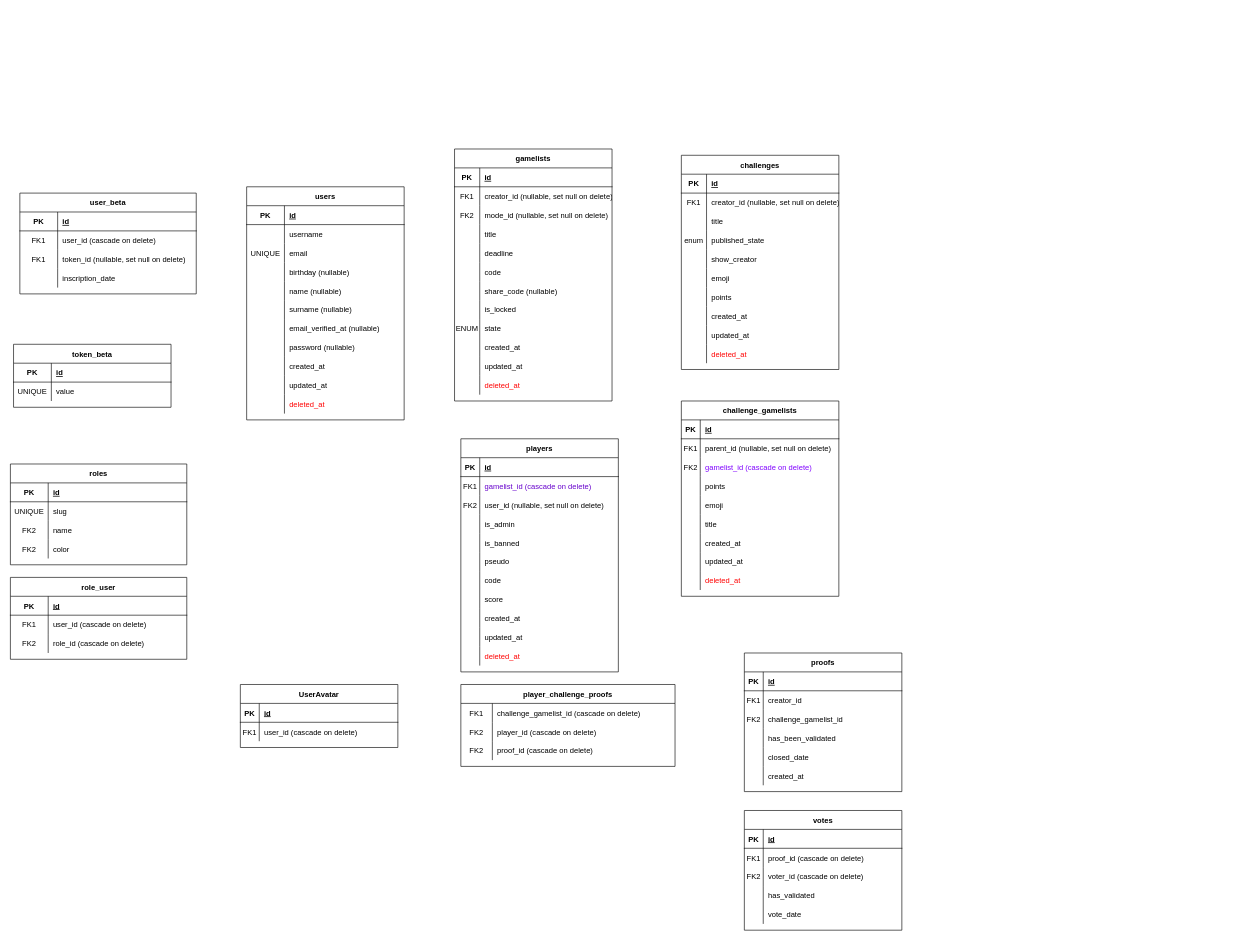
This is bdd_v2.drawio from SheechApp/app-docs, a draw.io file, before an edit. Source tidied: cells renumbered, new cells numbered last; positions are measured from the earlier drawing's top-left corner, leaving out a move shared by most shapes. Both pictures are drawn from the tidied source at 63%, with x=0, y=0 at pixel (10, 149).
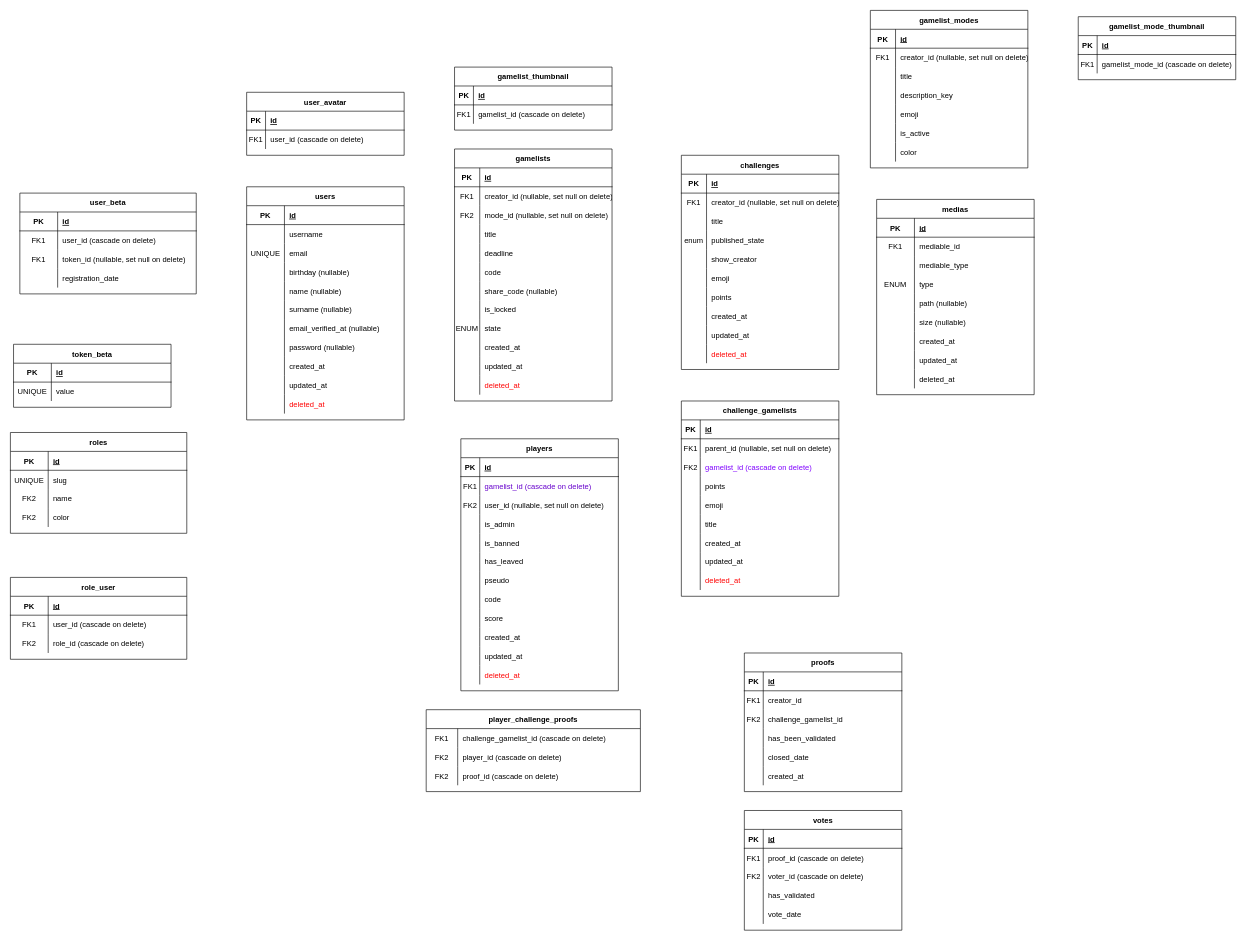
The same page after the edit.

The change refers to these unchanged cells:
```xml
<mxCell id="205" style="shape=partialRectangle;fillColor=none;top=0;left=0;right=0;bottom=0;" parent="195" vertex="1">
  <mxGeometry y="120" width="280" height="30" as="geometry" />
</mxCell>
```

Change to the diagram source:
```diff
@@
     <mxCell id="73" value="players" style="shape=table;startSize=30;childLayout=tableLayout;rowLines=0;fontStyle=1;align=center;" parent="1" vertex="1">
-      <mxGeometry x="715" y="460" width="250" height="370" as="geometry" />
+      <mxGeometry x="715" y="460" width="250" height="400" as="geometry" />
     </mxCell>
@@
+    <mxCell id="261" style="shape=partialRectangle;fillColor=none;top=0;left=0;right=0;bottom=0;" parent="73" vertex="1">
+      <mxGeometry y="180" width="250" height="30" as="geometry" />
+    </mxCell>
+    <mxCell id="262" style="shape=partialRectangle;overflow=hidden;fillColor=none;top=0;left=0;bottom=0;right=0;" parent="261" vertex="1">
+      <mxGeometry width="30" height="30" as="geometry" />
+    </mxCell>
+    <mxCell id="263" value="has_leaved" style="shape=partialRectangle;overflow=hidden;fillColor=none;top=0;left=0;bottom=0;right=0;align=left;spacingLeft=6;" parent="261" vertex="1">
+      <mxGeometry x="30" width="220" height="30" as="geometry" />
+    </mxCell>
     <mxCell id="89" style="shape=partialRectangle;fillColor=none;top=0;left=0;right=0;bottom=0;" parent="73" vertex="1">
-      <mxGeometry y="180" width="250" height="30" as="geometry" />
+      <mxGeometry y="210" width="250" height="30" as="geometry" />
     </mxCell>
@@
     <mxCell id="92" style="shape=partialRectangle;fillColor=none;top=0;left=0;right=0;bottom=0;" parent="73" vertex="1">
-      <mxGeometry y="210" width="250" height="30" as="geometry" />
+      <mxGeometry y="240" width="250" height="30" as="geometry" />
     </mxCell>
@@
     <mxCell id="95" style="shape=partialRectangle;fillColor=none;top=0;left=0;right=0;bottom=0;" parent="73" vertex="1">
-      <mxGeometry y="240" width="250" height="30" as="geometry" />
+      <mxGeometry y="270" width="250" height="30" as="geometry" />
     </mxCell>
@@
     <mxCell id="98" style="shape=partialRectangle;fillColor=none;top=0;left=0;right=0;bottom=0;" parent="73" vertex="1">
-      <mxGeometry y="270" width="250" height="30" as="geometry" />
+      <mxGeometry y="300" width="250" height="30" as="geometry" />
     </mxCell>
@@
     <mxCell id="101" style="shape=partialRectangle;fillColor=none;top=0;left=0;right=0;bottom=0;" parent="73" vertex="1">
-      <mxGeometry y="300" width="250" height="30" as="geometry" />
+      <mxGeometry y="330" width="250" height="30" as="geometry" />
     </mxCell>
@@
     <mxCell id="104" style="shape=partialRectangle;fillColor=none;top=0;left=0;right=0;bottom=0;" parent="73" vertex="1">
-      <mxGeometry y="330" width="250" height="30" as="geometry" />
+      <mxGeometry y="360" width="250" height="30" as="geometry" />
     </mxCell>
@@
     <mxCell id="166" value="player_challenge_proofs" style="shape=table;startSize=30;childLayout=tableLayout;rowLines=0;fontStyle=1;align=center;" parent="1" vertex="1">
-      <mxGeometry x="715" y="850" width="340" height="130" as="geometry" />
+      <mxGeometry x="660" y="890" width="340" height="130" as="geometry" />
     </mxCell>
@@
-    <mxCell id="207" value="inscription_date" style="shape=partialRectangle;overflow=hidden;fillColor=none;top=0;left=0;bottom=0;right=0;align=left;spacingLeft=6;" parent="205" vertex="1">
+    <mxCell id="207" value="registration_date" style="shape=partialRectangle;overflow=hidden;fillColor=none;top=0;left=0;bottom=0;right=0;align=left;spacingLeft=6;" parent="205" vertex="1">
       <mxGeometry x="60" width="220" height="30" as="geometry" />
     </mxCell>
@@
     <mxCell id="215" value="roles" style="shape=table;startSize=30;childLayout=tableLayout;rowLines=0;fontStyle=1;align=center;" parent="1" vertex="1">
-      <mxGeometry y="500" width="280" height="160" as="geometry" />
+      <mxGeometry y="450" width="280" height="160" as="geometry" />
     </mxCell>
@@
-    <mxCell id="254" value="UserAvatar" style="shape=table;startSize=30;childLayout=tableLayout;rowLines=0;fontStyle=1;align=center;" parent="1" vertex="1">
-      <mxGeometry x="365" y="850" width="250" height="100" as="geometry" />
+    <mxCell id="254" value="user_avatar" style="shape=table;startSize=30;childLayout=tableLayout;rowLines=0;fontStyle=1;align=center;" parent="1" vertex="1">
+      <mxGeometry x="375" y="-90" width="250" height="100" as="geometry" />
     </mxCell>
@@
+    <mxCell id="264" value="gamelist_thumbnail" style="shape=table;startSize=30;childLayout=tableLayout;rowLines=0;fontStyle=1;align=center;" parent="1" vertex="1">
+      <mxGeometry x="705" y="-130" width="250" height="100" as="geometry" />
+    </mxCell>
+    <mxCell id="265" style="shape=partialRectangle;fillColor=none;top=0;left=0;right=0;bottom=1;" parent="264" vertex="1">
+      <mxGeometry y="30" width="250" height="30" as="geometry" />
+    </mxCell>
+    <mxCell id="266" value="PK" style="shape=partialRectangle;overflow=hidden;fillColor=none;top=0;left=0;bottom=0;right=0;fontStyle=1;" parent="265" vertex="1">
+      <mxGeometry width="30" height="30" as="geometry" />
+    </mxCell>
+    <mxCell id="267" value="id" style="shape=partialRectangle;overflow=hidden;fillColor=none;top=0;left=0;bottom=0;right=0;align=left;spacingLeft=6;fontStyle=5;" parent="265" vertex="1">
+      <mxGeometry x="30" width="220" height="30" as="geometry" />
+    </mxCell>
+    <mxCell id="268" style="shape=partialRectangle;fillColor=none;top=0;left=0;right=0;bottom=0;" parent="264" vertex="1">
+      <mxGeometry y="60" width="250" height="30" as="geometry" />
+    </mxCell>
+    <mxCell id="269" value="FK1" style="shape=partialRectangle;overflow=hidden;fillColor=none;top=0;left=0;bottom=0;right=0;" parent="268" vertex="1">
+      <mxGeometry width="30" height="30" as="geometry" />
+    </mxCell>
+    <mxCell id="270" value="gamelist_id (cascade on delete)" style="shape=partialRectangle;overflow=hidden;fillColor=none;top=0;left=0;bottom=0;right=0;align=left;spacingLeft=6;" parent="268" vertex="1">
+      <mxGeometry x="30" width="220" height="30" as="geometry" />
+    </mxCell>
+    <mxCell id="271" value="gamelist_mode_thumbnail" style="shape=table;startSize=30;childLayout=tableLayout;rowLines=0;fontStyle=1;align=center;" parent="1" vertex="1">
+      <mxGeometry x="1695" y="-210" width="250" height="100" as="geometry" />
+    </mxCell>
+    <mxCell id="272" style="shape=partialRectangle;fillColor=none;top=0;left=0;right=0;bottom=1;" parent="271" vertex="1">
+      <mxGeometry y="30" width="250" height="30" as="geometry" />
+    </mxCell>
+    <mxCell id="273" value="PK" style="shape=partialRectangle;overflow=hidden;fillColor=none;top=0;left=0;bottom=0;right=0;fontStyle=1;" parent="272" vertex="1">
+      <mxGeometry width="30" height="30" as="geometry" />
+    </mxCell>
+    <mxCell id="274" value="id" style="shape=partialRectangle;overflow=hidden;fillColor=none;top=0;left=0;bottom=0;right=0;align=left;spacingLeft=6;fontStyle=5;" parent="272" vertex="1">
+      <mxGeometry x="30" width="220" height="30" as="geometry" />
+    </mxCell>
+    <mxCell id="275" style="shape=partialRectangle;fillColor=none;top=0;left=0;right=0;bottom=0;" parent="271" vertex="1">
+      <mxGeometry y="60" width="250" height="30" as="geometry" />
+    </mxCell>
+    <mxCell id="276" value="FK1" style="shape=partialRectangle;overflow=hidden;fillColor=none;top=0;left=0;bottom=0;right=0;" parent="275" vertex="1">
+      <mxGeometry width="30" height="30" as="geometry" />
+    </mxCell>
+    <mxCell id="277" value="gamelist_mode_id (cascade on delete)" style="shape=partialRectangle;overflow=hidden;fillColor=none;top=0;left=0;bottom=0;right=0;align=left;spacingLeft=6;" parent="275" vertex="1">
+      <mxGeometry x="30" width="220" height="30" as="geometry" />
+    </mxCell>
+    <mxCell id="278" value="gamelist_modes" style="shape=table;startSize=30;childLayout=tableLayout;rowLines=0;fontStyle=1;align=center;" parent="1" vertex="1">
+      <mxGeometry x="1365" y="-220" width="250" height="250" as="geometry" />
+    </mxCell>
+    <mxCell id="279" style="shape=partialRectangle;fillColor=none;top=0;left=0;right=0;bottom=1;" parent="278" vertex="1">
+      <mxGeometry y="30" width="250" height="30" as="geometry" />
+    </mxCell>
+    <mxCell id="280" value="PK" style="shape=partialRectangle;overflow=hidden;fillColor=none;top=0;left=0;bottom=0;right=0;fontStyle=1;" parent="279" vertex="1">
+      <mxGeometry width="40" height="30" as="geometry" />
+    </mxCell>
+    <mxCell id="281" value="id" style="shape=partialRectangle;overflow=hidden;fillColor=none;top=0;left=0;bottom=0;right=0;align=left;spacingLeft=6;fontStyle=5;" parent="279" vertex="1">
+      <mxGeometry x="40" width="210" height="30" as="geometry" />
+    </mxCell>
+    <mxCell id="282" style="shape=partialRectangle;fillColor=none;top=0;left=0;right=0;bottom=0;" parent="278" vertex="1">
+      <mxGeometry y="60" width="250" height="30" as="geometry" />
+    </mxCell>
+    <mxCell id="283" value="FK1" style="shape=partialRectangle;overflow=hidden;fillColor=none;top=0;left=0;bottom=0;right=0;" parent="282" vertex="1">
+      <mxGeometry width="40" height="30" as="geometry" />
+    </mxCell>
+    <mxCell id="284" value="creator_id (nullable, set null on delete)" style="shape=partialRectangle;overflow=hidden;fillColor=none;top=0;left=0;bottom=0;right=0;align=left;spacingLeft=6;" parent="282" vertex="1">
+      <mxGeometry x="40" width="210" height="30" as="geometry" />
+    </mxCell>
+    <mxCell id="285" style="shape=partialRectangle;fillColor=none;top=0;left=0;right=0;bottom=0;" parent="278" vertex="1">
+      <mxGeometry y="90" width="250" height="30" as="geometry" />
+    </mxCell>
+    <mxCell id="286" style="shape=partialRectangle;overflow=hidden;fillColor=none;top=0;left=0;bottom=0;right=0;" parent="285" vertex="1">
+      <mxGeometry width="40" height="30" as="geometry" />
+    </mxCell>
+    <mxCell id="287" value="title" style="shape=partialRectangle;overflow=hidden;fillColor=none;top=0;left=0;bottom=0;right=0;align=left;spacingLeft=6;" parent="285" vertex="1">
+      <mxGeometry x="40" width="210" height="30" as="geometry" />
+    </mxCell>
+    <mxCell id="288" style="shape=partialRectangle;fillColor=none;top=0;left=0;right=0;bottom=0;" parent="278" vertex="1">
+      <mxGeometry y="120" width="250" height="30" as="geometry" />
+    </mxCell>
+    <mxCell id="289" style="shape=partialRectangle;overflow=hidden;fillColor=none;top=0;left=0;bottom=0;right=0;" parent="288" vertex="1">
+      <mxGeometry width="40" height="30" as="geometry" />
+    </mxCell>
+    <mxCell id="290" value="description_key" style="shape=partialRectangle;overflow=hidden;fillColor=none;top=0;left=0;bottom=0;right=0;align=left;spacingLeft=6;" parent="288" vertex="1">
+      <mxGeometry x="40" width="210" height="30" as="geometry" />
+    </mxCell>
+    <mxCell id="291" style="shape=partialRectangle;fillColor=none;top=0;left=0;right=0;bottom=0;" parent="278" vertex="1">
+      <mxGeometry y="150" width="250" height="30" as="geometry" />
+    </mxCell>
+    <mxCell id="292" style="shape=partialRectangle;overflow=hidden;fillColor=none;top=0;left=0;bottom=0;right=0;" parent="291" vertex="1">
+      <mxGeometry width="40" height="30" as="geometry" />
+    </mxCell>
+    <mxCell id="293" value="emoji" style="shape=partialRectangle;overflow=hidden;fillColor=none;top=0;left=0;bottom=0;right=0;align=left;spacingLeft=6;" parent="291" vertex="1">
+      <mxGeometry x="40" width="210" height="30" as="geometry" />
+    </mxCell>
+    <mxCell id="294" style="shape=partialRectangle;fillColor=none;top=0;left=0;right=0;bottom=0;" parent="278" vertex="1">
+      <mxGeometry y="180" width="250" height="30" as="geometry" />
+    </mxCell>
+    <mxCell id="295" style="shape=partialRectangle;overflow=hidden;fillColor=none;top=0;left=0;bottom=0;right=0;" parent="294" vertex="1">
+      <mxGeometry width="40" height="30" as="geometry" />
+    </mxCell>
+    <mxCell id="296" value="is_active" style="shape=partialRectangle;overflow=hidden;fillColor=none;top=0;left=0;bottom=0;right=0;align=left;spacingLeft=6;" parent="294" vertex="1">
+      <mxGeometry x="40" width="210" height="30" as="geometry" />
+    </mxCell>
+    <mxCell id="297" style="shape=partialRectangle;fillColor=none;top=0;left=0;right=0;bottom=0;" parent="278" vertex="1">
+      <mxGeometry y="210" width="250" height="30" as="geometry" />
+    </mxCell>
+    <mxCell id="298" style="shape=partialRectangle;overflow=hidden;fillColor=none;top=0;left=0;bottom=0;right=0;" parent="297" vertex="1">
+      <mxGeometry width="40" height="30" as="geometry" />
+    </mxCell>
+    <mxCell id="299" value="color" style="shape=partialRectangle;overflow=hidden;fillColor=none;top=0;left=0;bottom=0;right=0;align=left;spacingLeft=6;" parent="297" vertex="1">
+      <mxGeometry x="40" width="210" height="30" as="geometry" />
+    </mxCell>
+    <mxCell id="300" value="medias" style="shape=table;startSize=30;childLayout=tableLayout;rowLines=0;fontStyle=1;align=center;" parent="1" vertex="1">
+      <mxGeometry x="1375" y="80" width="250" height="310" as="geometry" />
+    </mxCell>
+    <mxCell id="301" style="shape=partialRectangle;fillColor=none;top=0;left=0;right=0;bottom=1;" parent="300" vertex="1">
+      <mxGeometry y="30" width="250" height="30" as="geometry" />
+    </mxCell>
+    <mxCell id="302" value="PK" style="shape=partialRectangle;overflow=hidden;fillColor=none;top=0;left=0;bottom=0;right=0;fontStyle=1;" parent="301" vertex="1">
+      <mxGeometry width="60" height="30" as="geometry" />
+    </mxCell>
+    <mxCell id="303" value="id" style="shape=partialRectangle;overflow=hidden;fillColor=none;top=0;left=0;bottom=0;right=0;align=left;spacingLeft=6;fontStyle=5;" parent="301" vertex="1">
+      <mxGeometry x="60" width="190" height="30" as="geometry" />
+    </mxCell>
+    <mxCell id="304" style="shape=partialRectangle;fillColor=none;top=0;left=0;right=0;bottom=0;" parent="300" vertex="1">
+      <mxGeometry y="60" width="250" height="30" as="geometry" />
+    </mxCell>
+    <mxCell id="305" value="FK1" style="shape=partialRectangle;overflow=hidden;fillColor=none;top=0;left=0;bottom=0;right=0;" parent="304" vertex="1">
+      <mxGeometry width="60" height="30" as="geometry" />
+    </mxCell>
+    <mxCell id="306" value="mediable_id" style="shape=partialRectangle;overflow=hidden;fillColor=none;top=0;left=0;bottom=0;right=0;align=left;spacingLeft=6;" parent="304" vertex="1">
+      <mxGeometry x="60" width="190" height="30" as="geometry" />
+    </mxCell>
+    <mxCell id="307" style="shape=partialRectangle;fillColor=none;top=0;left=0;right=0;bottom=0;" parent="300" vertex="1">
+      <mxGeometry y="90" width="250" height="30" as="geometry" />
+    </mxCell>
+    <mxCell id="308" style="shape=partialRectangle;overflow=hidden;fillColor=none;top=0;left=0;bottom=0;right=0;" parent="307" vertex="1">
+      <mxGeometry width="60" height="30" as="geometry" />
+    </mxCell>
+    <mxCell id="309" value="mediable_type" style="shape=partialRectangle;overflow=hidden;fillColor=none;top=0;left=0;bottom=0;right=0;align=left;spacingLeft=6;" parent="307" vertex="1">
+      <mxGeometry x="60" width="190" height="30" as="geometry" />
+    </mxCell>
+    <mxCell id="310" style="shape=partialRectangle;fillColor=none;top=0;left=0;right=0;bottom=0;" parent="300" vertex="1">
+      <mxGeometry y="120" width="250" height="30" as="geometry" />
+    </mxCell>
+    <mxCell id="311" value="ENUM" style="shape=partialRectangle;overflow=hidden;fillColor=none;top=0;left=0;bottom=0;right=0;" parent="310" vertex="1">
+      <mxGeometry width="60" height="30" as="geometry" />
+    </mxCell>
+    <mxCell id="312" value="type" style="shape=partialRectangle;overflow=hidden;fillColor=none;top=0;left=0;bottom=0;right=0;align=left;spacingLeft=6;" parent="310" vertex="1">
+      <mxGeometry x="60" width="190" height="30" as="geometry" />
+    </mxCell>
+    <mxCell id="313" style="shape=partialRectangle;fillColor=none;top=0;left=0;right=0;bottom=0;" parent="300" vertex="1">
+      <mxGeometry y="150" width="250" height="30" as="geometry" />
+    </mxCell>
+    <mxCell id="314" style="shape=partialRectangle;overflow=hidden;fillColor=none;top=0;left=0;bottom=0;right=0;" parent="313" vertex="1">
+      <mxGeometry width="60" height="30" as="geometry" />
+    </mxCell>
+    <mxCell id="315" value="path (nullable)" style="shape=partialRectangle;overflow=hidden;fillColor=none;top=0;left=0;bottom=0;right=0;align=left;spacingLeft=6;" parent="313" vertex="1">
+      <mxGeometry x="60" width="190" height="30" as="geometry" />
+    </mxCell>
+    <mxCell id="316" style="shape=partialRectangle;fillColor=none;top=0;left=0;right=0;bottom=0;" parent="300" vertex="1">
+      <mxGeometry y="180" width="250" height="30" as="geometry" />
+    </mxCell>
+    <mxCell id="317" style="shape=partialRectangle;overflow=hidden;fillColor=none;top=0;left=0;bottom=0;right=0;" parent="316" vertex="1">
+      <mxGeometry width="60" height="30" as="geometry" />
+    </mxCell>
+    <mxCell id="318" value="size (nullable)" style="shape=partialRectangle;overflow=hidden;fillColor=none;top=0;left=0;bottom=0;right=0;align=left;spacingLeft=6;" parent="316" vertex="1">
+      <mxGeometry x="60" width="190" height="30" as="geometry" />
+    </mxCell>
+    <mxCell id="319" style="shape=partialRectangle;fillColor=none;top=0;left=0;right=0;bottom=0;" parent="300" vertex="1">
+      <mxGeometry y="210" width="250" height="30" as="geometry" />
+    </mxCell>
+    <mxCell id="320" style="shape=partialRectangle;overflow=hidden;fillColor=none;top=0;left=0;bottom=0;right=0;" parent="319" vertex="1">
+      <mxGeometry width="60" height="30" as="geometry" />
+    </mxCell>
+    <mxCell id="321" value="created_at" style="shape=partialRectangle;overflow=hidden;fillColor=none;top=0;left=0;bottom=0;right=0;align=left;spacingLeft=6;" parent="319" vertex="1">
+      <mxGeometry x="60" width="190" height="30" as="geometry" />
+    </mxCell>
+    <mxCell id="322" style="shape=partialRectangle;fillColor=none;top=0;left=0;right=0;bottom=0;" parent="300" vertex="1">
+      <mxGeometry y="240" width="250" height="30" as="geometry" />
+    </mxCell>
+    <mxCell id="323" style="shape=partialRectangle;overflow=hidden;fillColor=none;top=0;left=0;bottom=0;right=0;" parent="322" vertex="1">
+      <mxGeometry width="60" height="30" as="geometry" />
+    </mxCell>
+    <mxCell id="324" value="updated_at" style="shape=partialRectangle;overflow=hidden;fillColor=none;top=0;left=0;bottom=0;right=0;align=left;spacingLeft=6;" parent="322" vertex="1">
+      <mxGeometry x="60" width="190" height="30" as="geometry" />
+    </mxCell>
+    <mxCell id="325" style="shape=partialRectangle;fillColor=none;top=0;left=0;right=0;bottom=0;" parent="300" vertex="1">
+      <mxGeometry y="270" width="250" height="30" as="geometry" />
+    </mxCell>
+    <mxCell id="326" style="shape=partialRectangle;overflow=hidden;fillColor=none;top=0;left=0;bottom=0;right=0;" parent="325" vertex="1">
+      <mxGeometry width="60" height="30" as="geometry" />
+    </mxCell>
+    <mxCell id="327" value="deleted_at" style="shape=partialRectangle;overflow=hidden;fillColor=none;top=0;left=0;bottom=0;right=0;align=left;spacingLeft=6;" parent="325" vertex="1">
+      <mxGeometry x="60" width="190" height="30" as="geometry" />
+    </mxCell>
```
